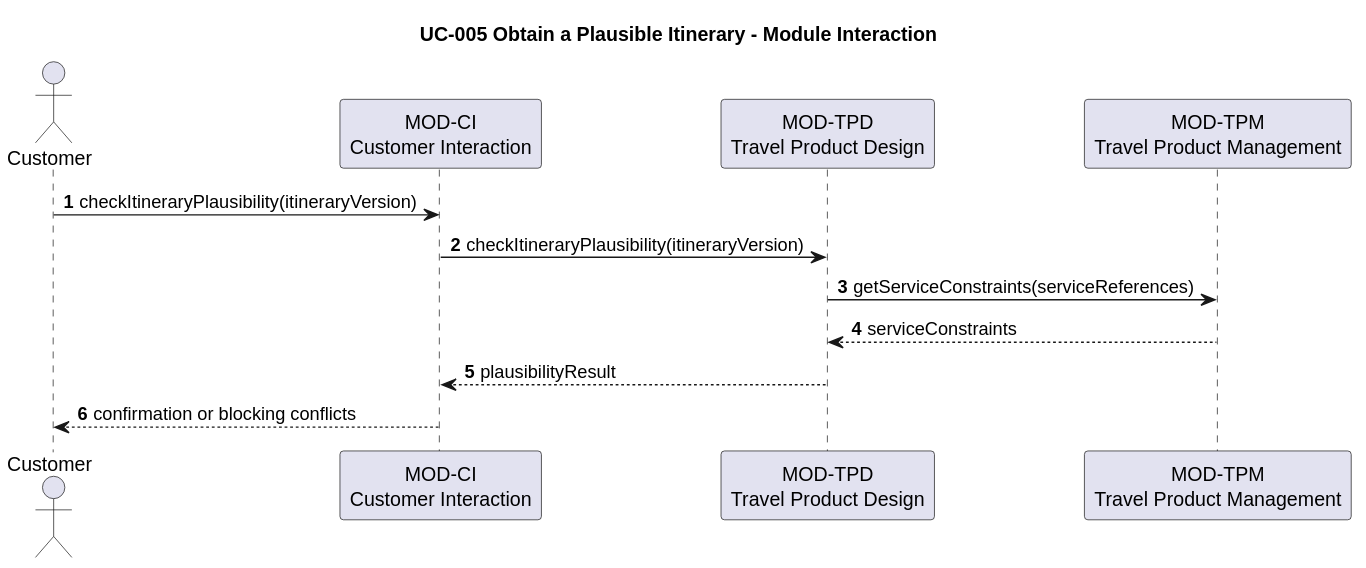
Above: docs/architecture/software-architecture/uc-005-obtain-plausible-itinerary.svg in hochschule-darmstadt/a3se_app (PlantUML), before the change.
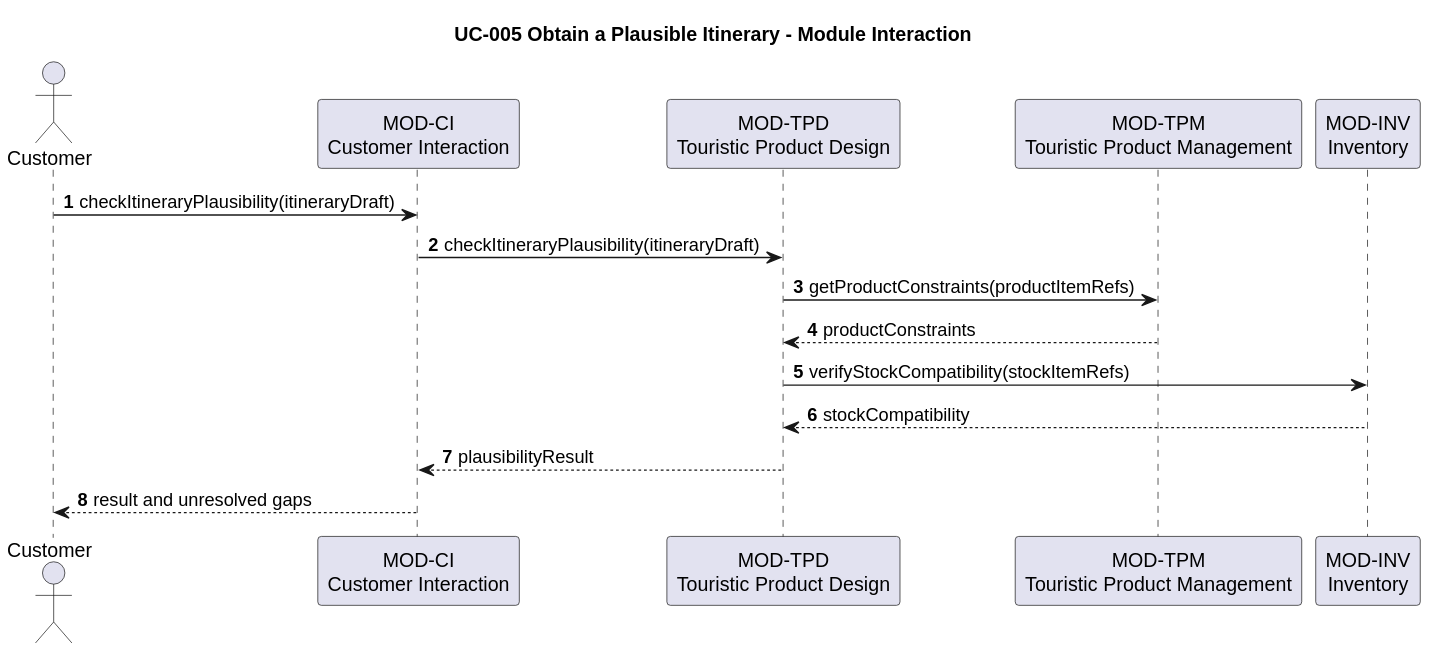
The same diagram one commit later.

Diff of the diagram source:
```diff
@@ -3,13 +3,16 @@
 autonumber
 actor Customer
 participant "MOD-CI\nCustomer Interaction" as CI
-participant "MOD-TPD\nTravel Product Design" as TPD
-participant "MOD-TPM\nTravel Product Management" as TPM
+participant "MOD-TPD\nTouristic Product Design" as TPD
+participant "MOD-TPM\nTouristic Product Management" as TPM
+participant "MOD-INV\nInventory" as INV
 
-Customer -> CI: checkItineraryPlausibility(itineraryVersion)
-CI -> TPD: checkItineraryPlausibility(itineraryVersion)
-TPD -> TPM: getServiceConstraints(serviceReferences)
-TPM --> TPD: serviceConstraints
+Customer -> CI: checkItineraryPlausibility(itineraryDraft)
+CI -> TPD: checkItineraryPlausibility(itineraryDraft)
+TPD -> TPM: getProductConstraints(productItemRefs)
+TPM --> TPD: productConstraints
+TPD -> INV: verifyStockCompatibility(stockItemRefs)
+INV --> TPD: stockCompatibility
 TPD --> CI: plausibilityResult
-CI --> Customer: confirmation or blocking conflicts
+CI --> Customer: result and unresolved gaps
 @enduml
```
